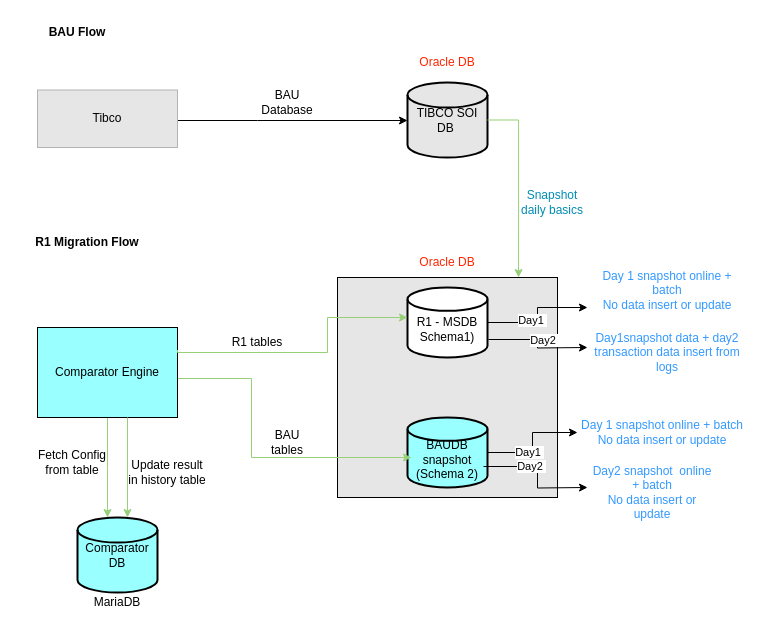
This is page "table-snapshot-comparison" (2 of 2) of archtecture_diagram/Batch_File_Arch.drawio from vigneswaran-svm/tibco_architecture, a draw.io file, before an edit. Source tidied: cells renumbered, new cells numbered last; positions are measured from the earlier drawing's top-left corner, leaving out a move shared by most shapes. Both pictures are drawn from the tidied source at 100%, with x=0, y=0 at pixel (17, 17).
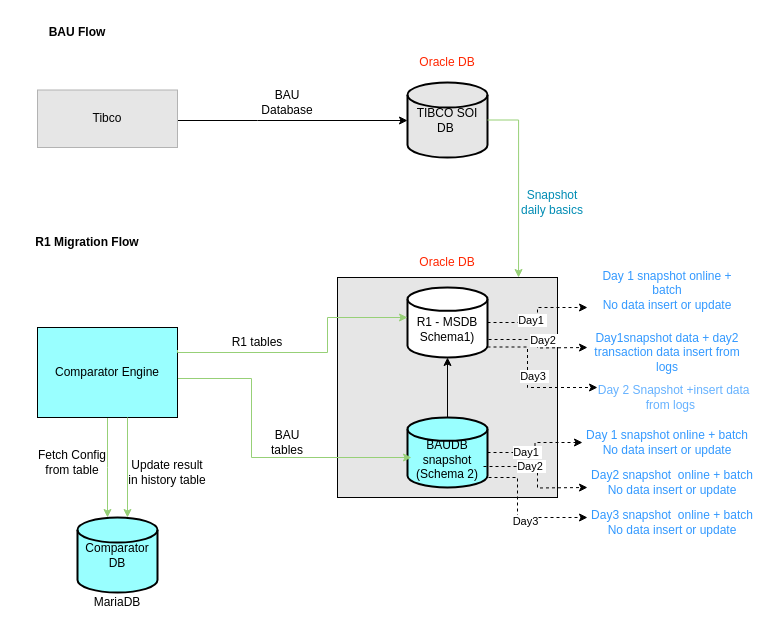
Above is the later version.

Unchanged cells that the change refers to:
```xml
<mxCell id="10" value="&lt;div&gt;&lt;br&gt;&lt;/div&gt;&lt;div&gt;&lt;br&gt;&lt;/div&gt;R1 - MSDB Schema1)&lt;div&gt;&lt;br&gt;&lt;/div&gt;" style="strokeWidth=2;html=1;shape=mxgraph.flowchart.database;whiteSpace=wrap;" parent="1" vertex="1">
  <mxGeometry x="390" y="270" width="80" height="70" as="geometry" />
</mxCell>
<mxCell id="15" value="&lt;div&gt;&lt;br&gt;&lt;/div&gt;&lt;div&gt;&lt;br&gt;&lt;/div&gt;BAUDB snapshot&lt;div&gt;(Schema 2)&lt;div&gt;&lt;br&gt;&lt;/div&gt;&lt;/div&gt;" style="strokeWidth=2;html=1;shape=mxgraph.flowchart.database;whiteSpace=wrap;fillColor=#99FFFF;" parent="1" vertex="1">
  <mxGeometry x="390" y="400" width="80" height="70" as="geometry" />
</mxCell>
<mxCell id="18" value="&lt;span style=&quot;color: rgb(51, 153, 255);&quot;&gt;Day 1 snapshot online + batch&lt;/span&gt;&lt;div&gt;&lt;span style=&quot;color: rgb(51, 153, 255);&quot;&gt;No data insert or update&lt;br&gt;&lt;/span&gt;&lt;div&gt;&lt;div&gt;&lt;br&gt;&lt;/div&gt;&lt;/div&gt;&lt;/div&gt;" style="text;html=1;whiteSpace=wrap;strokeColor=none;fillColor=none;align=center;verticalAlign=middle;rounded=0;" parent="1" vertex="1">
  <mxGeometry x="570" y="260" width="160" height="40" as="geometry" />
</mxCell>
```

What changed in the source:
```diff
@@
-    <mxCell id="8" style="edgeStyle=orthogonalEdgeStyle;rounded=0;jettySize=auto;html=1;entryX=0;entryY=0.75;entryDx=0;entryDy=0;" parent="1" edge="1" source="10" target="18">
+    <mxCell id="8" style="edgeStyle=orthogonalEdgeStyle;rounded=0;jettySize=auto;html=1;entryX=0;entryY=0.75;entryDx=0;entryDy=0;dashed=1;" parent="1" edge="1" source="10" target="18">
       <mxGeometry relative="1" as="geometry" />
     </mxCell>
@@
-    <mxCell id="13" style="edgeStyle=orthogonalEdgeStyle;rounded=0;jettySize=auto;html=1;entryX=0;entryY=0.5;entryDx=0;entryDy=0;" parent="1" edge="1" source="15" target="19">
+    <mxCell id="13" style="edgeStyle=orthogonalEdgeStyle;rounded=0;jettySize=auto;html=1;entryX=0;entryY=0.5;entryDx=0;entryDy=0;dashed=1;" parent="1" edge="1" source="15" target="19">
       <mxGeometry relative="1" as="geometry" />
     </mxCell>
@@
+    <mxCell id="38" style="edgeStyle=orthogonalEdgeStyle;rounded=0;jettySize=auto;html=1;" parent="1" edge="1" source="15" target="10">
+      <mxGeometry relative="1" as="geometry" />
+    </mxCell>
+    <mxCell id="39" style="edgeStyle=orthogonalEdgeStyle;rounded=0;orthogonalLoop=1;jettySize=auto;html=1;dashed=1;" parent="1" edge="1">
+      <mxGeometry relative="1" as="geometry">
+        <mxPoint x="465" y="460" as="sourcePoint" />
+        <mxPoint x="570" y="500" as="targetPoint" />
+        <Array as="points">
+          <mxPoint x="500" y="460" />
+          <mxPoint x="500" y="500" />
+        </Array>
+      </mxGeometry>
+    </mxCell>
+    <mxCell id="40" value="Day3" style="edgeLabel;html=1;align=center;verticalAlign=middle;" parent="39" vertex="1">
+      <mxGeometry x="0.13" y="-3" relative="1" as="geometry" />
+    </mxCell>
@@
     <mxCell id="19" value="&lt;span style=&quot;color: rgb(51, 153, 255);&quot;&gt;Day 1 snapshot online + batch&lt;/span&gt;&lt;div&gt;&lt;span style=&quot;color: rgb(51, 153, 255);&quot;&gt;No data insert or update&lt;/span&gt;&lt;/div&gt;" style="text;html=1;whiteSpace=wrap;strokeColor=none;fillColor=none;align=center;verticalAlign=middle;rounded=0;" parent="1" vertex="1">
-      <mxGeometry x="560" y="400" width="170" height="30" as="geometry" />
+      <mxGeometry x="565" y="410" width="170" height="30" as="geometry" />
     </mxCell>
-    <mxCell id="20" style="edgeStyle=orthogonalEdgeStyle;rounded=0;jettySize=auto;html=1;exitX=0.95;exitY=0.7;exitDx=0;exitDy=0;exitPerimeter=0;" parent="1" edge="1" source="15">
+    <mxCell id="20" style="edgeStyle=orthogonalEdgeStyle;rounded=0;jettySize=auto;html=1;exitX=0.95;exitY=0.7;exitDx=0;exitDy=0;exitPerimeter=0;dashed=1;" parent="1" edge="1" source="15">
       <mxGeometry relative="1" as="geometry">
         <mxPoint x="570" y="470" as="targetPoint" />
       </mxGeometry>
     </mxCell>
@@
     <mxCell id="22" value="&lt;span style=&quot;color: rgb(51, 153, 255);&quot;&gt;Day2 snapshot &amp;nbsp;online + batch&lt;/span&gt;&lt;div&gt;&lt;span style=&quot;color: rgb(51, 153, 255);&quot;&gt;No data insert or update&lt;/span&gt;&lt;/div&gt;" style="text;html=1;whiteSpace=wrap;strokeColor=none;fillColor=none;align=center;verticalAlign=middle;rounded=0;" parent="1" vertex="1">
-      <mxGeometry x="570" y="450" width="130" height="50" as="geometry" />
+      <mxGeometry x="570" y="450" width="170" height="30" as="geometry" />
     </mxCell>
-    <mxCell id="23" style="edgeStyle=orthogonalEdgeStyle;rounded=0;jettySize=auto;html=1;exitX=1.013;exitY=0.743;exitDx=0;exitDy=0;exitPerimeter=0;" parent="1" edge="1" source="10">
+    <mxCell id="23" style="edgeStyle=orthogonalEdgeStyle;rounded=0;jettySize=auto;html=1;exitX=1.013;exitY=0.743;exitDx=0;exitDy=0;exitPerimeter=0;dashed=1;" parent="1" edge="1" source="10">
       <mxGeometry relative="1" as="geometry">
         <mxPoint x="570" y="330" as="targetPoint" />
       </mxGeometry>
     </mxCell>
@@
+    <mxCell id="41" style="edgeStyle=orthogonalEdgeStyle;rounded=0;jettySize=auto;html=1;exitX=1;exitY=0.85;exitDx=0;exitDy=0;exitPerimeter=0;dashed=1;" parent="1" edge="1" source="10">
+      <mxGeometry relative="1" as="geometry">
+        <mxPoint x="580" y="370" as="targetPoint" />
+        <Array as="points">
+          <mxPoint x="510" y="330" />
+          <mxPoint x="510" y="370" />
+        </Array>
+      </mxGeometry>
+    </mxCell>
+    <mxCell id="42" value="Day3&amp;nbsp;" style="edgeLabel;html=1;align=center;verticalAlign=middle;" parent="41" vertex="1">
+      <mxGeometry x="-0.08" y="6" relative="1" as="geometry" />
+    </mxCell>
+    <mxCell id="43" value="&lt;span style=&quot;color: rgb(102, 178, 255);&quot;&gt;&amp;nbsp;Day 2 Snapshot +insert data from logs&amp;nbsp;&lt;/span&gt;" style="text;html=1;whiteSpace=wrap;strokeColor=none;fillColor=none;align=center;verticalAlign=middle;rounded=0;" parent="1" vertex="1">
+      <mxGeometry x="570" y="370" width="170" height="20" as="geometry" />
+    </mxCell>
+    <mxCell id="44" value="&lt;span style=&quot;color: rgb(51, 153, 255);&quot;&gt;Day3 snapshot &amp;nbsp;online + batch&lt;/span&gt;&lt;div&gt;&lt;span style=&quot;color: rgb(51, 153, 255);&quot;&gt;No data insert or update&lt;/span&gt;&lt;/div&gt;" style="text;html=1;whiteSpace=wrap;strokeColor=none;fillColor=none;align=center;verticalAlign=middle;rounded=0;" parent="1" vertex="1">
+      <mxGeometry x="570" y="490" width="170" height="30" as="geometry" />
+    </mxCell>
```
